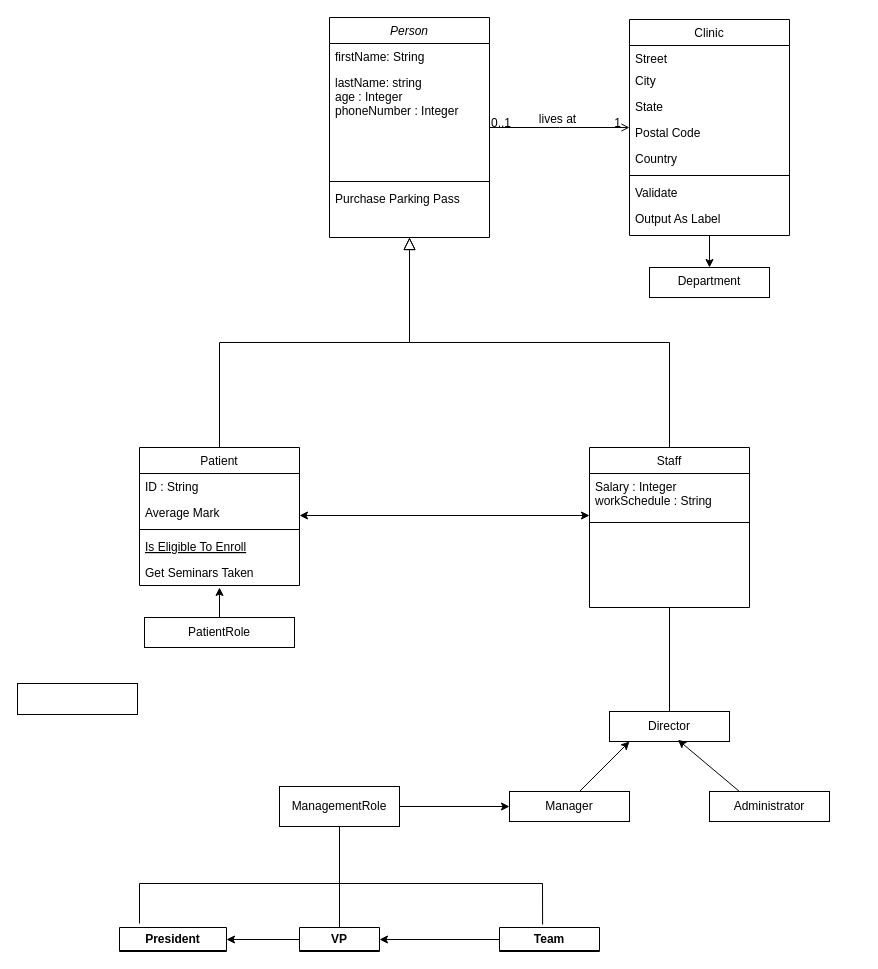
Before: Untitled Diagram.drawio in yushika-j/seg-2505, a draw.io diagram. Source tidied: cells renumbered, new cells numbered last; positions are measured from the earlier drawing's top-left corner, leaving out a move shared by most shapes. Both pictures are drawn from the tidied source at 100%, with x=0, y=0 at pixel (17, 17).
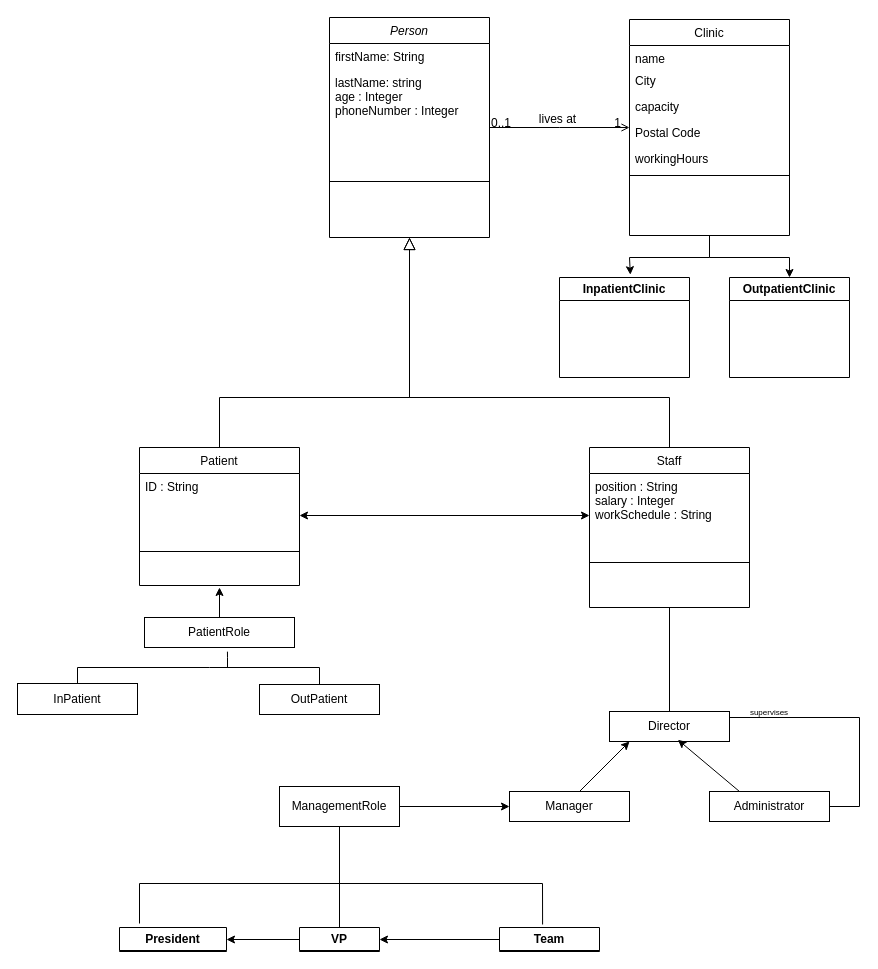
Above is the later version.

The change refers to these unchanged cells:
```xml
<mxCell id="2" value="Person" style="swimlane;fontStyle=2;align=center;verticalAlign=top;horizontal=1;startSize=26;rounded=0;shadow=0;strokeWidth=1;" parent="1" vertex="1">
  <mxGeometry x="312" width="160" height="220" as="geometry" />
</mxCell>
<mxCell id="7" value="Patient" style="swimlane;fontStyle=0;align=center;verticalAlign=top;horizontal=1;startSize=26;rounded=0;shadow=0;strokeWidth=1;" parent="1" vertex="1">
  <mxGeometry x="122" y="430" width="160" height="138" as="geometry" />
</mxCell>
<mxCell id="14" value="Staff" style="swimlane;fontStyle=0;align=center;verticalAlign=top;horizontal=1;startSize=26;rounded=0;shadow=0;strokeWidth=1;" parent="1" vertex="1">
  <mxGeometry x="572" y="430" width="160" height="160" as="geometry" />
</mxCell>
<mxCell id="19" value="Clinic" style="swimlane;fontStyle=0;align=center;verticalAlign=top;horizontal=1;startSize=26;rounded=0;shadow=0;strokeWidth=1;" parent="1" vertex="1">
  <mxGeometry x="612" y="2" width="160" height="216" as="geometry" />
</mxCell>
<mxCell id="42" value="Administrator" style="rounded=0;whiteSpace=wrap;html=1;" parent="1" vertex="1">
  <mxGeometry x="692" y="774" width="120" height="30" as="geometry" />
</mxCell>
<mxCell id="48" value="PatientRole" style="rounded=0;whiteSpace=wrap;html=1;" parent="1" vertex="1">
  <mxGeometry x="127" y="600" width="150" height="30" as="geometry" />
</mxCell>
```

Diff of the diagram source:
```diff
@@
-    <mxCell id="6" value="Purchase Parking Pass" style="text;align=left;verticalAlign=top;spacingLeft=4;spacingRight=4;overflow=hidden;" parent="2" vertex="1">
-      <mxGeometry y="168" width="160" height="26" as="geometry" />
-    </mxCell>
@@
-    <mxCell id="8" value="ID : String" style="text;align=left;verticalAlign=top;spacingLeft=4;spacingRight=4;overflow=hidden;" parent="7" vertex="1">
-      <mxGeometry y="26" width="160" height="26" as="geometry" />
+    <mxCell id="8" value="ID : String&#10;" style="text;align=left;verticalAlign=top;spacingLeft=4;spacingRight=4;overflow=hidden;" parent="7" vertex="1">
+      <mxGeometry y="26" width="160" height="74" as="geometry" />
     </mxCell>
-    <mxCell id="9" value="Average Mark" style="text;align=left;verticalAlign=top;spacingLeft=4;spacingRight=4;overflow=hidden;rounded=0;shadow=0;html=0;" parent="7" vertex="1">
-      <mxGeometry y="52" width="160" height="26" as="geometry" />
-    </mxCell>
     <mxCell id="10" style="line;html=1;strokeWidth=1;align=left;verticalAlign=middle;spacingTop=-1;spacingLeft=3;spacingRight=3;labelPosition=right;" parent="7" vertex="1">
-      <mxGeometry y="78" width="160" height="8" as="geometry" />
+      <mxGeometry y="100" width="160" height="8" as="geometry" />
     </mxCell>
-    <mxCell id="11" value="Is Eligible To Enroll" style="text;align=left;verticalAlign=top;spacingLeft=4;spacingRight=4;overflow=hidden;fontStyle=4;" parent="7" vertex="1">
-      <mxGeometry y="86" width="160" height="26" as="geometry" />
-    </mxCell>
-    <mxCell id="12" value="Get Seminars Taken" style="text;align=left;verticalAlign=top;spacingLeft=4;spacingRight=4;overflow=hidden;" parent="7" vertex="1">
-      <mxGeometry y="112" width="160" height="26" as="geometry" />
-    </mxCell>
     <mxCell id="13" style="endArrow=block;endSize=10;endFill=0;shadow=0;strokeWidth=1;rounded=0;edgeStyle=elbowEdgeStyle;elbow=vertical;" parent="1" edge="1" source="7" target="2">
-      <mxGeometry relative="1" as="geometry" />
+      <mxGeometry relative="1" as="geometry">
+        <Array as="points">
+          <mxPoint x="302" y="380" />
+        </Array>
+      </mxGeometry>
     </mxCell>
@@
-    <mxCell id="15" value="Salary : Integer&#10;workSchedule : String&#10;" style="text;align=left;verticalAlign=top;spacingLeft=4;spacingRight=4;overflow=hidden;" parent="14" vertex="1">
-      <mxGeometry y="26" width="160" height="44" as="geometry" />
+    <mxCell id="15" value="position : String&#10;salary : Integer&#10;workSchedule : String&#10;" style="text;align=left;verticalAlign=top;spacingLeft=4;spacingRight=4;overflow=hidden;" parent="14" vertex="1">
+      <mxGeometry y="26" width="160" height="84" as="geometry" />
     </mxCell>
     <mxCell id="16" style="line;html=1;strokeWidth=1;align=left;verticalAlign=middle;spacingTop=-1;spacingLeft=3;spacingRight=3;labelPosition=right;" parent="14" vertex="1">
-      <mxGeometry y="70" width="160" height="10" as="geometry" />
+      <mxGeometry y="110" width="160" height="10" as="geometry" />
     </mxCell>
     <mxCell id="17" style="endArrow=block;endSize=10;endFill=0;shadow=0;strokeWidth=1;rounded=0;edgeStyle=elbowEdgeStyle;elbow=vertical;" parent="1" edge="1" source="14" target="2">
       <mxGeometry relative="1" as="geometry">
         <Array as="points">
-          <mxPoint x="652" y="325" />
+          <mxPoint x="532" y="380" />
           <mxPoint x="512" y="325" />
         </Array>
       </mxGeometry>
     </mxCell>
-    <mxCell id="18" style="edgeStyle=orthogonalEdgeStyle;rounded=0;jettySize=auto;html=1;" parent="1" edge="1" source="19" target="39">
-      <mxGeometry relative="1" as="geometry" />
-    </mxCell>
@@
-    <mxCell id="20" value="Street" style="text;align=left;verticalAlign=top;spacingLeft=4;spacingRight=4;overflow=hidden;" parent="19" vertex="1">
+    <mxCell id="20" value="name" style="text;align=left;verticalAlign=top;spacingLeft=4;spacingRight=4;overflow=hidden;" parent="19" vertex="1">
       <mxGeometry y="26" width="160" height="22" as="geometry" />
     </mxCell>
@@
-    <mxCell id="22" value="State" style="text;align=left;verticalAlign=top;spacingLeft=4;spacingRight=4;overflow=hidden;rounded=0;shadow=0;html=0;" parent="19" vertex="1">
+    <mxCell id="22" value="capacity" style="text;align=left;verticalAlign=top;spacingLeft=4;spacingRight=4;overflow=hidden;rounded=0;shadow=0;html=0;" parent="19" vertex="1">
       <mxGeometry y="74" width="160" height="26" as="geometry" />
     </mxCell>
@@
-    <mxCell id="24" value="Country" style="text;align=left;verticalAlign=top;spacingLeft=4;spacingRight=4;overflow=hidden;rounded=0;shadow=0;html=0;" parent="19" vertex="1">
+    <mxCell id="24" value="workingHours" style="text;align=left;verticalAlign=top;spacingLeft=4;spacingRight=4;overflow=hidden;rounded=0;shadow=0;html=0;" parent="19" vertex="1">
       <mxGeometry y="126" width="160" height="26" as="geometry" />
     </mxCell>
@@
-    <mxCell id="26" value="Validate" style="text;align=left;verticalAlign=top;spacingLeft=4;spacingRight=4;overflow=hidden;" parent="19" vertex="1">
-      <mxGeometry y="160" width="160" height="26" as="geometry" />
-    </mxCell>
-    <mxCell id="27" value="Output As Label" style="text;align=left;verticalAlign=top;spacingLeft=4;spacingRight=4;overflow=hidden;" parent="19" vertex="1">
-      <mxGeometry y="186" width="160" height="26" as="geometry" />
-    </mxCell>
@@
-    <mxCell id="39" value="Department" style="whiteSpace=wrap;html=1;verticalAlign=top;fontStyle=0;startSize=26;rounded=0;shadow=0;strokeWidth=1;" parent="1" vertex="1">
-      <mxGeometry x="632" y="250" width="120" height="30" as="geometry" />
-    </mxCell>
@@
-    <mxCell id="52" style="rounded=0;whiteSpace=wrap;html=1;" parent="1" vertex="1">
+    <mxCell id="52" value="InPatient" style="rounded=0;whiteSpace=wrap;html=1;" parent="1" vertex="1">
       <mxGeometry y="666" width="120" height="31" as="geometry" />
     </mxCell>
+    <mxCell id="53" value="OutPatient" style="rounded=0;whiteSpace=wrap;html=1;" parent="1" vertex="1">
+      <mxGeometry x="242" y="667" width="120" height="30" as="geometry" />
+    </mxCell>
+    <mxCell id="54" style="endArrow=none;html=1;rounded=0;exitX=0.5;exitY=0;exitDx=0;exitDy=0;" parent="1" edge="1" source="52">
+      <mxGeometry relative="1" as="geometry">
+        <mxPoint x="192" y="650" as="targetPoint" />
+        <Array as="points">
+          <mxPoint x="60" y="650" />
+        </Array>
+      </mxGeometry>
+    </mxCell>
+    <mxCell id="55" style="endArrow=none;html=1;rounded=0;entryX=0.5;entryY=0;entryDx=0;entryDy=0;" parent="1" edge="1" target="53">
+      <mxGeometry relative="1" as="geometry">
+        <mxPoint x="192" y="650" as="sourcePoint" />
+        <Array as="points">
+          <mxPoint x="302" y="650" />
+        </Array>
+      </mxGeometry>
+    </mxCell>
+    <mxCell id="56" style="endArrow=none;html=1;rounded=0;entryX=0.553;entryY=1.139;entryDx=0;entryDy=0;entryPerimeter=0;" parent="1" edge="1" target="48">
+      <mxGeometry relative="1" as="geometry">
+        <mxPoint x="210" y="650" as="sourcePoint" />
+        <Array as="points">
+          <mxPoint x="210" y="640" />
+        </Array>
+      </mxGeometry>
+    </mxCell>
+    <mxCell id="57" style="endArrow=classic;html=1;rounded=0;" parent="1" edge="1">
+      <mxGeometry relative="1" as="geometry">
+        <mxPoint x="692" y="240" as="sourcePoint" />
+        <mxPoint x="772" y="260" as="targetPoint" />
+        <Array as="points">
+          <mxPoint x="772" y="240" />
+        </Array>
+      </mxGeometry>
+    </mxCell>
+    <mxCell id="58" value="OutpatientClinic" style="swimlane;whiteSpace=wrap;html=1;" parent="1" vertex="1">
+      <mxGeometry x="712" y="260" width="120" height="100" as="geometry" />
+    </mxCell>
+    <mxCell id="59" value="InpatientClinic" style="swimlane;whiteSpace=wrap;html=1;" parent="1" vertex="1">
+      <mxGeometry x="542" y="260" width="130" height="100" as="geometry" />
+    </mxCell>
+    <mxCell id="60" style="endArrow=classic;html=1;rounded=0;exitX=0.5;exitY=1;exitDx=0;exitDy=0;entryX=0.545;entryY=-0.028;entryDx=0;entryDy=0;entryPerimeter=0;" parent="1" edge="1" source="19" target="59">
+      <mxGeometry relative="1" as="geometry">
+        <Array as="points">
+          <mxPoint x="692" y="240" />
+          <mxPoint x="612" y="240" />
+        </Array>
+      </mxGeometry>
+    </mxCell>
+    <mxCell id="61" style="endArrow=none;html=1;rounded=0;exitX=1;exitY=0.5;exitDx=0;exitDy=0;" parent="1" edge="1" source="42">
+      <mxGeometry relative="1" as="geometry">
+        <mxPoint x="712" y="700" as="targetPoint" />
+        <Array as="points">
+          <mxPoint x="842" y="789" />
+          <mxPoint x="842" y="700" />
+        </Array>
+      </mxGeometry>
+    </mxCell>
+    <mxCell id="62" value="supervises" style="text;html=1;strokeColor=none;fillColor=none;align=center;verticalAlign=middle;whiteSpace=wrap;rounded=0;fontSize=8;" parent="1" vertex="1">
+      <mxGeometry x="722" y="680" width="60" height="30" as="geometry" />
+    </mxCell>
```
